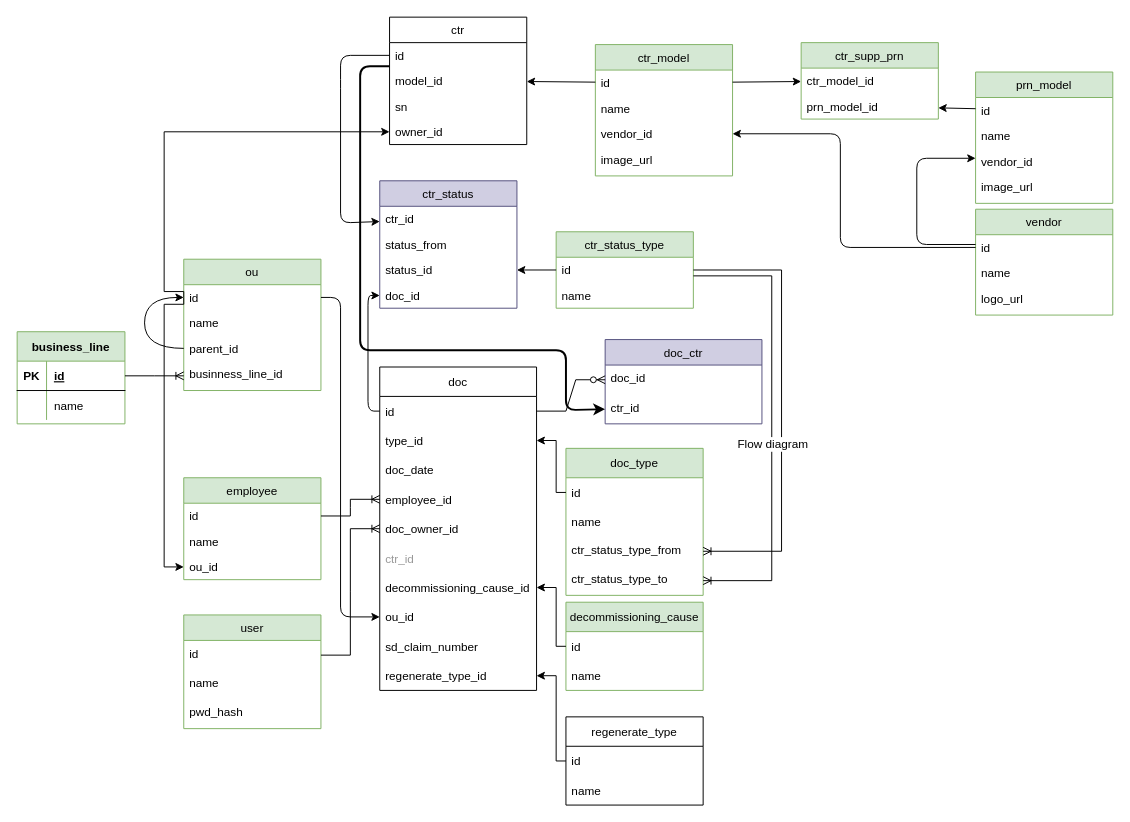
The draw.io diagram page "Ent relationship" (1 of 2) of docs/cartridge_accounting.drawio in IgorTkachuk/caartridge_accounting, before the edit. Source tidied: cells renumbered, new cells numbered last; positions are measured from the earlier drawing's top-left corner, leaving out a move shared by most shapes. Both pictures are drawn from the tidied source at 98%, with x=0, y=0 at pixel (17, 17).
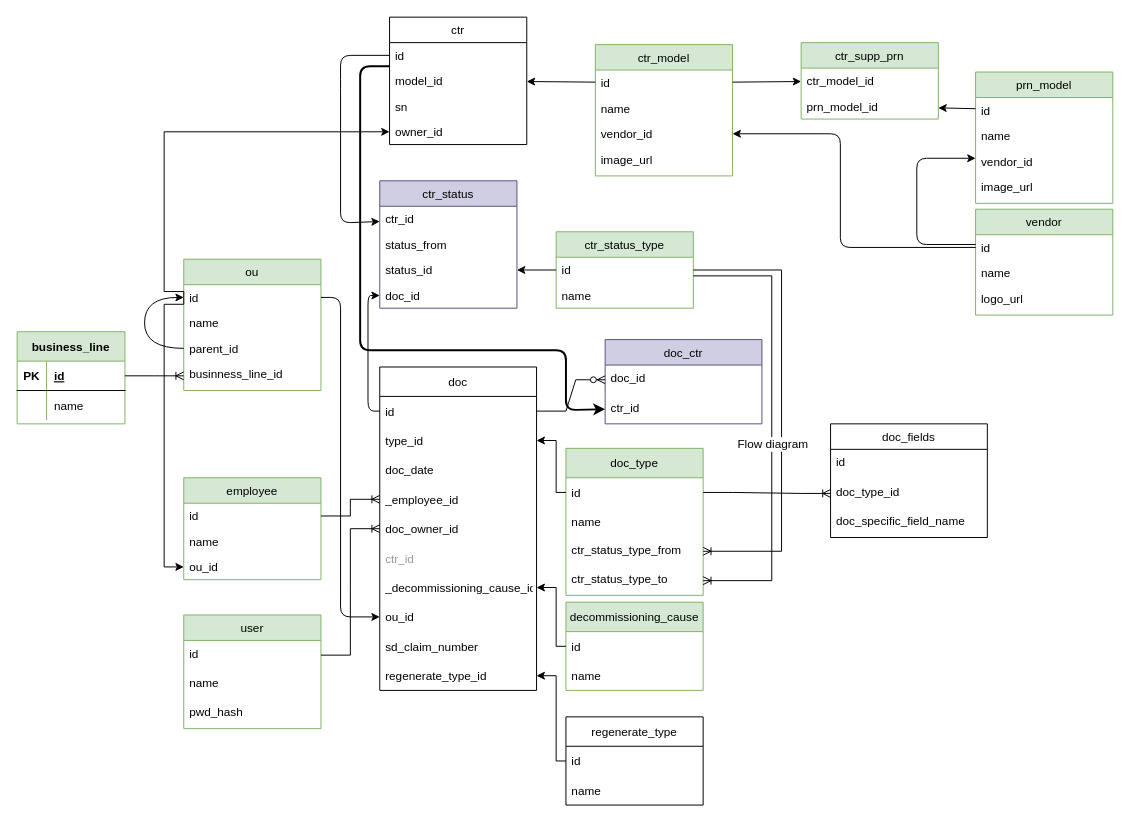
After the change.

Unchanged cells that the change refers to:
```xml
<mxCell id="52" value="doc" style="swimlane;fontStyle=0;horizontal=1;startSize=30;" parent="1" vertex="1">
  <mxGeometry x="370" y="357" width="160" height="330" as="geometry" />
</mxCell>
<mxCell id="64" value="id" style="text;strokeColor=none;fillColor=none;align=left;verticalAlign=middle;spacingLeft=4;spacingRight=4;overflow=hidden;points=[[0,0.5],[1,0.5]];portConstraint=eastwest;" parent="63" vertex="1">
  <mxGeometry y="30" width="140" height="30" as="geometry" />
</mxCell>
```

What changed in the source:
```diff
@@
-    <mxCell id="56" value="employee_id" style="text;strokeColor=none;fillColor=none;align=left;verticalAlign=middle;spacingLeft=4;spacingRight=4;overflow=hidden;points=[[0,0.5],[1,0.5]];portConstraint=eastwest;" parent="52" vertex="1">
+    <mxCell id="56" value="_employee_id" style="text;strokeColor=none;fillColor=none;align=left;verticalAlign=middle;spacingLeft=4;spacingRight=4;overflow=hidden;points=[[0,0.5],[1,0.5]];portConstraint=eastwest;" parent="52" vertex="1">
       <mxGeometry y="120" width="160" height="30" as="geometry" />
     </mxCell>
@@
-    <mxCell id="59" value="decommissioning_cause_id" style="text;strokeColor=none;fillColor=none;align=left;verticalAlign=middle;spacingLeft=4;spacingRight=4;overflow=hidden;points=[[0,0.5],[1,0.5]];portConstraint=eastwest;" parent="52" vertex="1">
+    <mxCell id="59" value="_decommissioning_cause_id" style="text;strokeColor=none;fillColor=none;align=left;verticalAlign=middle;spacingLeft=4;spacingRight=4;overflow=hidden;points=[[0,0.5],[1,0.5]];portConstraint=eastwest;" parent="52" vertex="1">
       <mxGeometry y="210" width="160" height="30" as="geometry" />
     </mxCell>
@@
+    <mxCell id="101" value="doc_fields" style="swimlane;fontStyle=0;horizontal=1;startSize=26;align=center;fontSize=12;" parent="1" vertex="1">
+      <mxGeometry x="830" y="415" width="160" height="116" as="geometry" />
+    </mxCell>
+    <mxCell id="102" value="id" style="text;strokeColor=none;fillColor=none;spacingLeft=4;spacingRight=4;overflow=hidden;fontSize=12;" parent="101" vertex="1">
+      <mxGeometry y="26" width="160" height="30" as="geometry" />
+    </mxCell>
+    <mxCell id="103" value="doc_type_id" style="text;strokeColor=none;fillColor=none;spacingLeft=4;spacingRight=4;overflow=hidden;points=[[0,0.5],[1,0.5]];portConstraint=eastwest;fontSize=12;" parent="101" vertex="1">
+      <mxGeometry y="56" width="160" height="30" as="geometry" />
+    </mxCell>
+    <mxCell id="104" value="doc_specific_field_name" style="text;strokeColor=none;fillColor=none;spacingLeft=4;spacingRight=4;overflow=hidden;fontSize=12;" parent="101" vertex="1">
+      <mxGeometry y="86" width="160" height="30" as="geometry" />
+    </mxCell>
+    <mxCell id="105" style="edgeStyle=entityRelationEdgeStyle;fontSize=12;html=1;endArrow=ERoneToMany;rounded=0;" parent="1" edge="1" source="64" target="103">
+      <mxGeometry relative="1" as="geometry" />
+    </mxCell>
```
